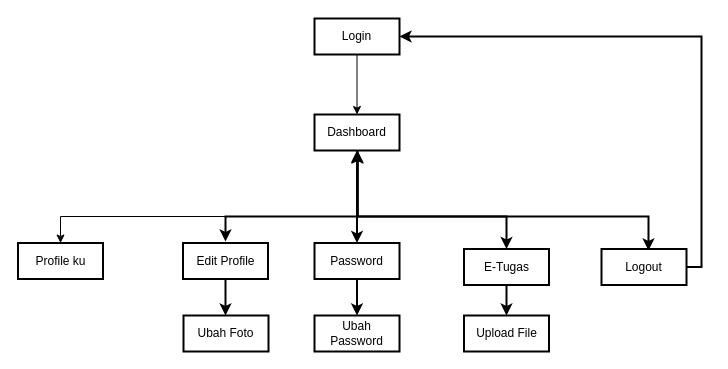
Above: page "Page-4" (4 of 4) of Untitled Diagram.drawio in aldonicolaz/siakad-petrus (draw.io), before the change. Source tidied: cells renumbered, new cells numbered last; positions are measured from the earlier drawing's top-left corner, leaving out a move shared by most shapes. Both pictures are drawn from the tidied source at 100%, with x=0, y=0 at pixel (17, 18).
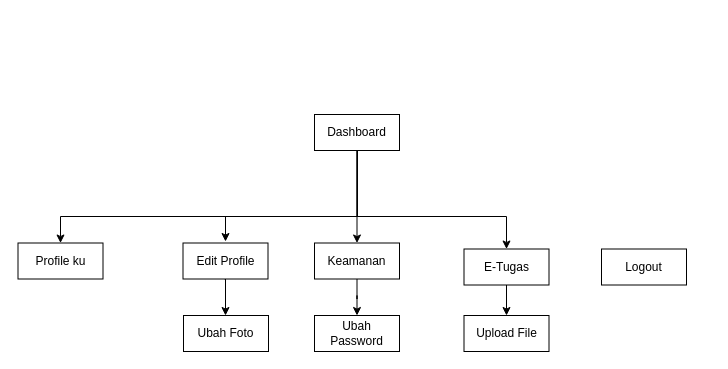
The same page after the edit.

The edit, as a diff of the source:
```diff
@@
-    <mxCell id="2" style="edgeStyle=orthogonalEdgeStyle;rounded=0;orthogonalLoop=1;jettySize=auto;html=1;entryX=0.5;entryY=0;entryDx=0;entryDy=0;strokeWidth=2;" parent="1" edge="1">
+    <mxCell id="2" style="edgeStyle=orthogonalEdgeStyle;rounded=0;orthogonalLoop=1;jettySize=auto;html=1;entryX=0.5;entryY=0;entryDx=0;entryDy=0;strokeWidth=1;" parent="1" edge="1">
       <mxGeometry relative="1" as="geometry">
         <mxPoint x="340" y="130" as="sourcePoint" />
         <mxPoint x="208" y="223" as="targetPoint" />
         <Array as="points">
           <mxPoint x="340" y="198" />
           <mxPoint x="208" y="198" />
         </Array>
       </mxGeometry>
     </mxCell>
-    <mxCell id="3" style="edgeStyle=orthogonalEdgeStyle;rounded=0;jettySize=auto;html=1;strokeWidth=2;startArrow=classic;startFill=1;" parent="1" edge="1" source="7" target="14">
+    <mxCell id="3" style="edgeStyle=orthogonalEdgeStyle;rounded=0;jettySize=auto;html=1;strokeWidth=1;startArrow=none;startFill=0;" parent="1" edge="1" source="7" target="14">
       <mxGeometry relative="1" as="geometry" />
     </mxCell>
-    <mxCell id="4" style="edgeStyle=orthogonalEdgeStyle;rounded=0;orthogonalLoop=1;jettySize=auto;html=1;strokeWidth=2;startArrow=classic;startFill=1;" parent="1" edge="1">
+    <mxCell id="4" style="edgeStyle=orthogonalEdgeStyle;rounded=0;orthogonalLoop=1;jettySize=auto;html=1;strokeWidth=1;startArrow=none;startFill=0;" parent="1" edge="1">
       <mxGeometry relative="1" as="geometry">
         <mxPoint x="340" y="132" as="sourcePoint" />
         <mxPoint x="489" y="230.5" as="targetPoint" />
         <Array as="points">
           <mxPoint x="340" y="198" />
           <mxPoint x="489" y="198" />
         </Array>
       </mxGeometry>
     </mxCell>
-    <mxCell id="5" style="edgeStyle=orthogonalEdgeStyle;rounded=0;orthogonalLoop=1;jettySize=auto;html=1;entryX=0.5;entryY=0;entryDx=0;entryDy=0;strokeWidth=2;startArrow=classic;startFill=1;" parent="1" edge="1">
-      <mxGeometry relative="1" as="geometry">
-        <mxPoint x="340" y="133" as="sourcePoint" />
-        <mxPoint x="631" y="232" as="targetPoint" />
-        <Array as="points">
-          <mxPoint x="340" y="198" />
-          <mxPoint x="631" y="198" />
-        </Array>
-      </mxGeometry>
-    </mxCell>
-    <mxCell id="6" style="edgeStyle=orthogonalEdgeStyle;rounded=0;jettySize=auto;html=1;entryX=0.5;entryY=0;entryDx=0;entryDy=0;startArrow=none;startFill=0;" parent="1" edge="1" source="7" target="10">
+    <mxCell id="6" style="edgeStyle=orthogonalEdgeStyle;rounded=0;jettySize=auto;html=1;entryX=0.5;entryY=0;entryDx=0;entryDy=0;startArrow=none;startFill=0;strokeWidth=1;" parent="1" edge="1" source="7" target="10">
       <mxGeometry relative="1" as="geometry">
         <Array as="points">
           <mxPoint x="340" y="198" />
           <mxPoint x="43" y="198" />
         </Array>
       </mxGeometry>
     </mxCell>
-    <mxCell id="7" value="Dashboard" style="rounded=0;whiteSpace=wrap;html=1;strokeWidth=2;" parent="1" vertex="1">
+    <mxCell id="7" value="Dashboard" style="rounded=0;whiteSpace=wrap;html=1;strokeWidth=1;" parent="1" vertex="1">
       <mxGeometry x="297" y="96" width="85" height="36" as="geometry" />
     </mxCell>
-    <mxCell id="8" style="edgeStyle=orthogonalEdgeStyle;rounded=0;jettySize=auto;html=1;entryX=1;entryY=0.5;entryDx=0;entryDy=0;startArrow=none;startFill=0;strokeWidth=2;" parent="1" edge="1" source="9" target="19">
-      <mxGeometry relative="1" as="geometry">
-        <Array as="points">
-          <mxPoint x="684" y="249" />
-          <mxPoint x="684" y="18" />
-        </Array>
-      </mxGeometry>
-    </mxCell>
-    <mxCell id="9" value="Logout" style="rounded=0;whiteSpace=wrap;html=1;strokeWidth=2;" parent="1" vertex="1">
+    <mxCell id="9" value="Logout" style="rounded=0;whiteSpace=wrap;html=1;strokeWidth=1;" parent="1" vertex="1">
       <mxGeometry x="584" y="230.5" width="85" height="36" as="geometry" />
     </mxCell>
-    <mxCell id="10" value="Profile ku" style="rounded=0;whiteSpace=wrap;html=1;strokeWidth=2;" parent="1" vertex="1">
+    <mxCell id="10" value="Profile ku" style="rounded=0;whiteSpace=wrap;html=1;strokeWidth=1;" parent="1" vertex="1">
       <mxGeometry x="0.5" y="224.5" width="85" height="36" as="geometry" />
     </mxCell>
-    <mxCell id="11" style="edgeStyle=orthogonalEdgeStyle;rounded=0;orthogonalLoop=1;jettySize=auto;html=1;startArrow=none;startFill=0;strokeWidth=2;" parent="1" edge="1">
+    <mxCell id="11" style="edgeStyle=orthogonalEdgeStyle;rounded=0;orthogonalLoop=1;jettySize=auto;html=1;startArrow=none;startFill=0;strokeWidth=1;" parent="1" edge="1">
       <mxGeometry relative="1" as="geometry">
         <mxPoint x="207" y="260.5" as="sourcePoint" />
         <mxPoint x="208" y="297" as="targetPoint" />
       </mxGeometry>
     </mxCell>
-    <mxCell id="12" value="Edit Profile" style="rounded=0;whiteSpace=wrap;html=1;strokeWidth=2;" parent="1" vertex="1">
+    <mxCell id="12" value="Edit Profile" style="rounded=0;whiteSpace=wrap;html=1;strokeWidth=1;" parent="1" vertex="1">
       <mxGeometry x="165.5" y="224.5" width="85" height="36" as="geometry" />
     </mxCell>
-    <mxCell id="13" style="edgeStyle=orthogonalEdgeStyle;rounded=0;jettySize=auto;html=1;entryX=0.5;entryY=0;entryDx=0;entryDy=0;startArrow=none;startFill=0;strokeWidth=2;" parent="1" edge="1" source="14" target="21">
+    <mxCell id="13" style="edgeStyle=orthogonalEdgeStyle;rounded=0;jettySize=auto;html=1;entryX=0.5;entryY=0;entryDx=0;entryDy=0;startArrow=none;startFill=0;strokeWidth=1;" parent="1" edge="1" source="14" target="21">
       <mxGeometry relative="1" as="geometry" />
     </mxCell>
-    <mxCell id="14" value="Password" style="rounded=0;whiteSpace=wrap;html=1;strokeWidth=2;" parent="1" vertex="1">
+    <mxCell id="14" value="Keamanan" style="rounded=0;whiteSpace=wrap;html=1;strokeWidth=1;" parent="1" vertex="1">
       <mxGeometry x="297" y="224.5" width="85" height="36" as="geometry" />
     </mxCell>
-    <mxCell id="15" style="edgeStyle=orthogonalEdgeStyle;rounded=0;jettySize=auto;html=1;entryX=0.5;entryY=0;entryDx=0;entryDy=0;startArrow=none;startFill=0;strokeWidth=2;" parent="1" edge="1" source="16" target="17">
+    <mxCell id="15" style="edgeStyle=orthogonalEdgeStyle;rounded=0;jettySize=auto;html=1;entryX=0.5;entryY=0;entryDx=0;entryDy=0;startArrow=none;startFill=0;strokeWidth=1;" parent="1" edge="1" source="16" target="17">
       <mxGeometry relative="1" as="geometry" />
     </mxCell>
-    <mxCell id="16" value="E-Tugas" style="rounded=0;whiteSpace=wrap;html=1;strokeWidth=2;" parent="1" vertex="1">
+    <mxCell id="16" value="E-Tugas" style="rounded=0;whiteSpace=wrap;html=1;strokeWidth=1;" parent="1" vertex="1">
       <mxGeometry x="446.5" y="230.5" width="85" height="36" as="geometry" />
     </mxCell>
-    <mxCell id="17" value="Upload File" style="rounded=0;whiteSpace=wrap;html=1;strokeWidth=2;" parent="1" vertex="1">
+    <mxCell id="17" value="Upload File" style="rounded=0;whiteSpace=wrap;html=1;strokeWidth=1;" parent="1" vertex="1">
       <mxGeometry x="446.5" y="297" width="85" height="36" as="geometry" />
     </mxCell>
-    <mxCell id="18" style="edgeStyle=orthogonalEdgeStyle;rounded=0;jettySize=auto;html=1;entryX=0.5;entryY=0;entryDx=0;entryDy=0;startArrow=none;startFill=0;" parent="1" edge="1" source="19" target="7">
-      <mxGeometry relative="1" as="geometry" />
-    </mxCell>
-    <mxCell id="19" value="Login" style="rounded=0;whiteSpace=wrap;html=1;strokeWidth=2;" parent="1" vertex="1">
-      <mxGeometry x="297" width="85" height="36" as="geometry" />
-    </mxCell>
-    <mxCell id="20" value="Ubah Foto" style="rounded=0;whiteSpace=wrap;html=1;strokeWidth=2;" parent="1" vertex="1">
+    <mxCell id="20" value="Ubah Foto" style="rounded=0;whiteSpace=wrap;html=1;strokeWidth=1;" parent="1" vertex="1">
       <mxGeometry x="166" y="297" width="85" height="36" as="geometry" />
     </mxCell>
-    <mxCell id="21" value="Ubah Password" style="rounded=0;whiteSpace=wrap;html=1;strokeWidth=2;" parent="1" vertex="1">
+    <mxCell id="21" value="Ubah Password" style="rounded=0;whiteSpace=wrap;html=1;strokeWidth=1;" parent="1" vertex="1">
       <mxGeometry x="297" y="297" width="85" height="36" as="geometry" />
     </mxCell>
```
